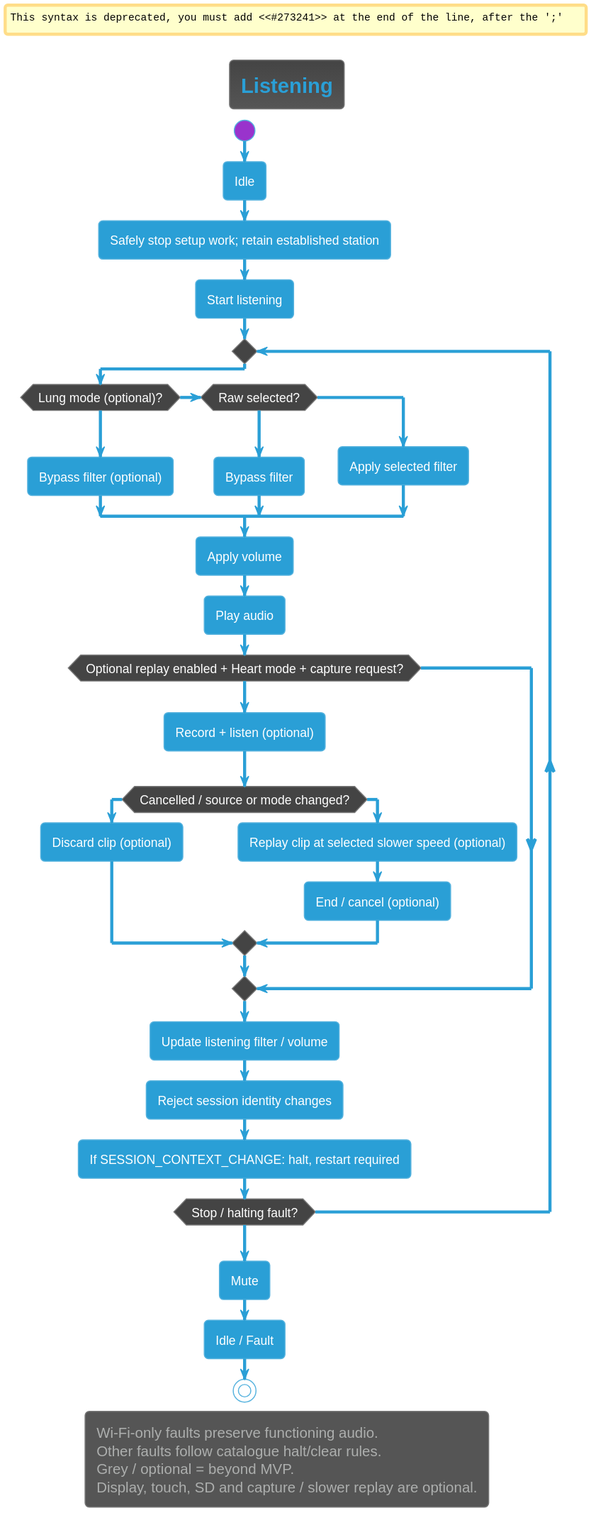
Before: Development/system/architecture/system/rendered/listening_workflow.svg, a diagram exported from PlantUML (DemonicPsychoII/DigitalStethoscope).
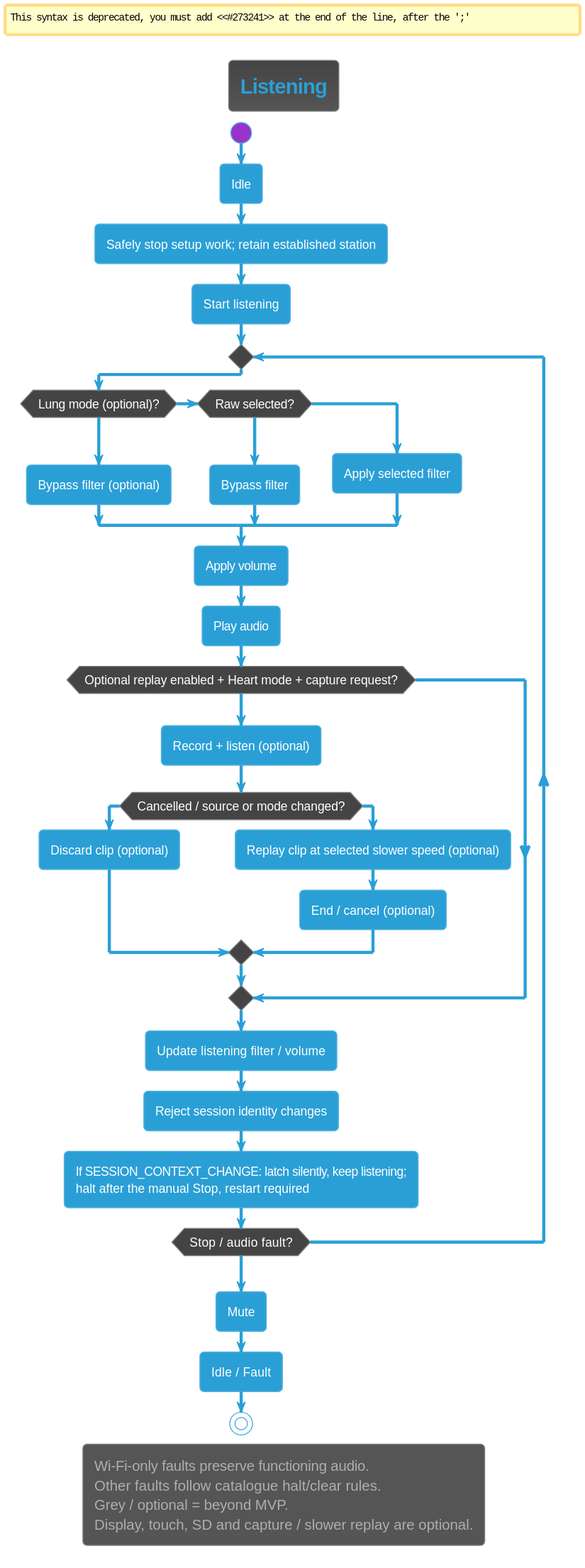
After the commit.

Commit message:
documentation: carry the deferred-error and audio-halt rules into the architecture views and use case F4

The edit, as a diff of the source:
```diff
@@ -28,8 +28,8 @@
  endif
  :Update listening filter / volume;
  :Reject session identity changes;
- :If SESSION_CONTEXT_CHANGE: halt, restart required;
-repeat while (Stop / halting fault?) is (no) not (yes)
+ :If SESSION_CONTEXT_CHANGE: latch silently, keep listening;\nhalt after the manual Stop, restart required;
+repeat while (Stop / audio fault?) is (no) not (yes)
 :Mute;
 :Idle / Fault;
 stop
```
